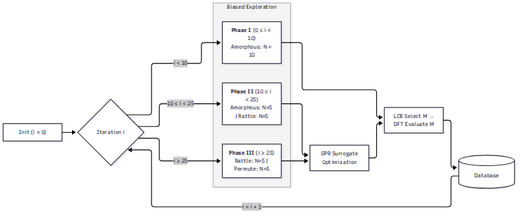
The Mermaid diagram paper_amorphous/papers/paper1/figures/methods_timeline.png in andim53/phd_research_v2, before a commit. Its source is kept beside it as paper_amorphous/codes/methods_timeline.mmd.
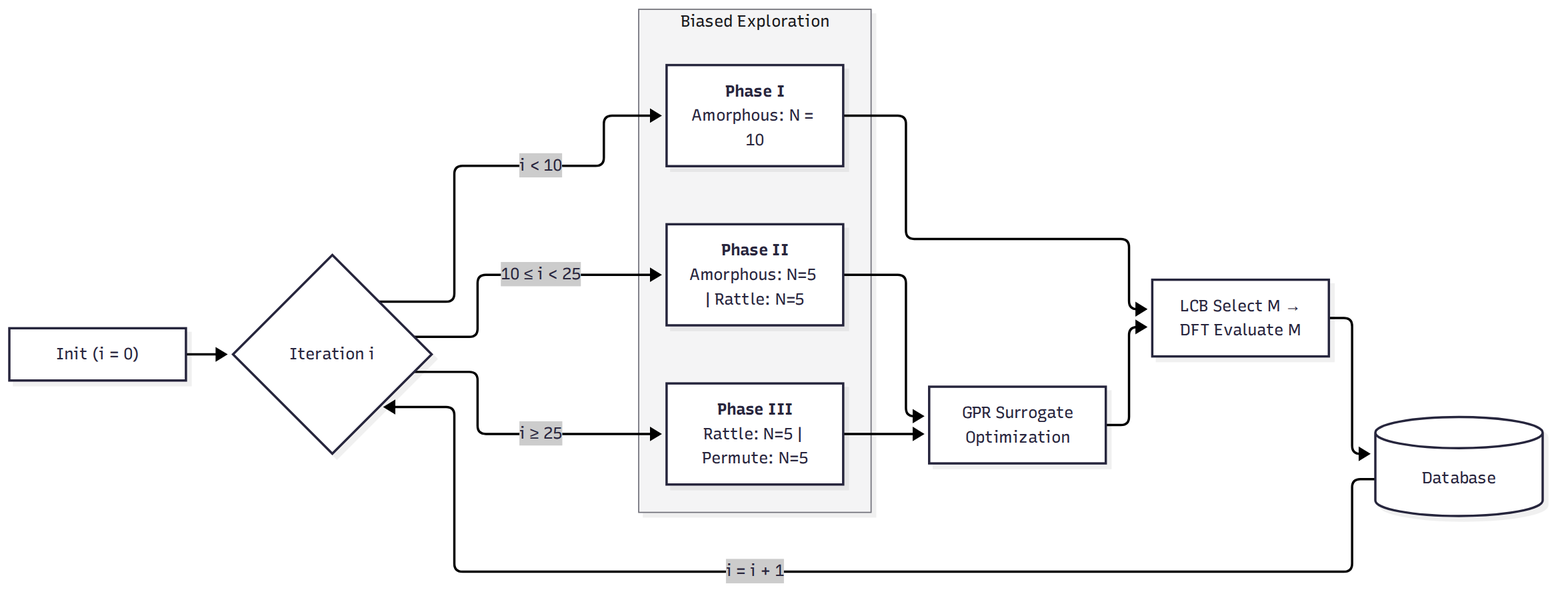
After the commit.

Commit message:
paper_amorphous: Fig. 1 — sync to updated CLAIMS M-1b mermaid + high-res render (3x scale, 363 ppi)

- methods_timeline.mmd: phase labels drop iteration ranges (moved to decision edges, per CLAIMS update)
- render with -s 3 -> 2352x900 px; embedded at 363 ppi (was 121 ppi, blurry)

Change to the diagram source:
```diff
@@ -4,9 +4,9 @@
 
     subgraph BE["Biased Exploration"]
         direction TB
-        P1["<b>Phase I</b> (0 ≤ i < 10)<br/>Amorphous: N = 10"]
-        P2["<b>Phase II</b> (10 ≤ i < 25)<br/>Amorphous: N=5 | Rattle: N=5"]
-        P3["<b>Phase III</b> (i ≥ 25)<br/>Rattle: N=5 | Permute: N=5"]
+        P1["<b>Phase I</b><br/>Amorphous: N = 10"]
+        P2["<b>Phase II</b><br/>Amorphous: N=5 | Rattle: N=5"]
+        P3["<b>Phase III</b><br/>Rattle: N=5 | Permute: N=5"]
     end
 
     GPR["GPR Surrogate<br/>Optimization"]
```
